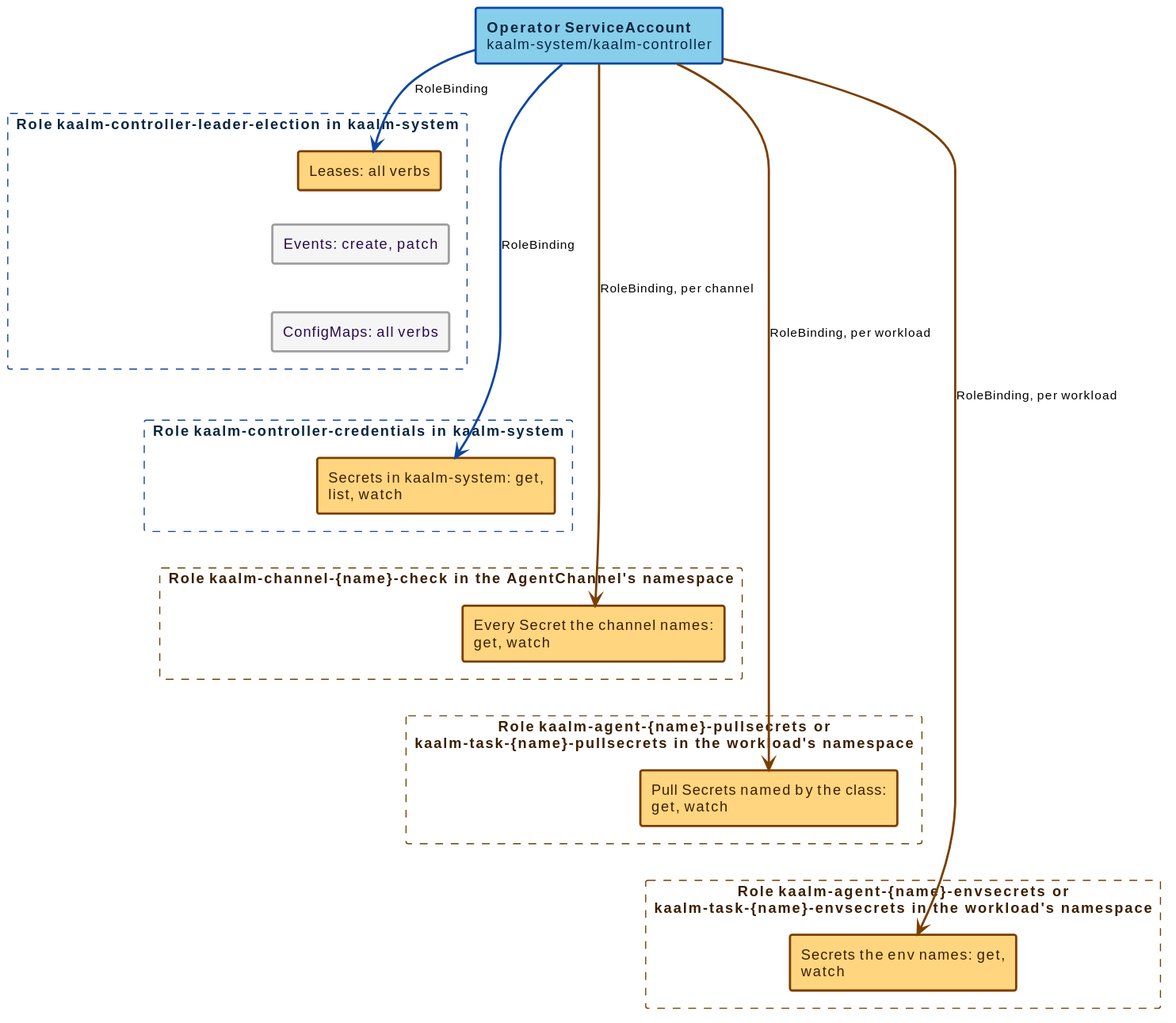
Earlier version of the PlantUML export docs/src/diagrams/operator-rbac-namespaced.svg (win07xp/kaalm). Source of this version:
```plantuml
@startuml
!include _style.puml
skinparam nodesep 14
skinparam ranksep 30
skinparam rectangle {
  roundCorner 4
}
rectangle "**Operator ServiceAccount** kaalm-system/kaalm-controller" as OPSA #back:87CEEB;line:0D47A1;line.bold;text:0a2540
rectangle "**Role** kaalm-controller-leader-election in kaalm-system" as nssys #line:0D47A1;line.dashed;text:0a2540 {
  rectangle "Leases: all verbs" as leases #back:FFD580;line:7a3f00;line.bold;text:3a1f00
  rectangle "Events: create, patch" as ev #back:F5F5F5;line:9E9E9E;line.bold;text:2a0a4a
  rectangle "ConfigMaps: all verbs" as cm #back:F5F5F5;line:9E9E9E;line.bold;text:2a0a4a
}
rectangle "**Role** kaalm-controller-credentials in kaalm-system" as nscred #line:0D47A1;line.dashed;text:0a2540 {
  rectangle "Secrets in kaalm-system: get, list, watch" as syssec #back:FFD580;line:7a3f00;line.bold;text:3a1f00
}
rectangle "**Role** kaalm-channel-{name}-check in the AgentChannel's namespace" as nsuser #line:7a3f00;line.dashed;text:3a1f00 {
  rectangle "Every Secret the channel names: get, watch" as chsec #back:FFD580;line:7a3f00;line.bold;text:3a1f00
}
rectangle "**Role** kaalm-agent-{name}-pullsecrets or\nkaalm-task-{name}-pullsecrets in the workload's namespace" as nspull #line:7a3f00;line.dashed;text:3a1f00 {
  rectangle "Pull Secrets named by the class: get, watch" as pullsec #back:FFD580;line:7a3f00;line.bold;text:3a1f00
}
rectangle "**Role** kaalm-agent-{name}-envsecrets or\nkaalm-task-{name}-envsecrets in the workload's namespace" as nsenv #line:7a3f00;line.dashed;text:3a1f00 {
  rectangle "Secrets the env names: get, watch" as envsec #back:FFD580;line:7a3f00;line.bold;text:3a1f00
}
OPSA -[#0D47A1,bold]-> leases : RoleBinding
OPSA -[#0D47A1,bold]-> syssec : RoleBinding
OPSA .[#7a3f00,bold].> chsec : RoleBinding, per channel
OPSA .[#7a3f00,bold].> pullsec : RoleBinding, per workload
OPSA .[#7a3f00,bold].> envsec : RoleBinding, per workload
leases -[hidden]down- ev
ev -[hidden]down- cm
cm -[hidden]down- syssec
syssec -[hidden]down- chsec
chsec -[hidden]down- pullsec
pullsec -[hidden]down- envsec
@enduml
```
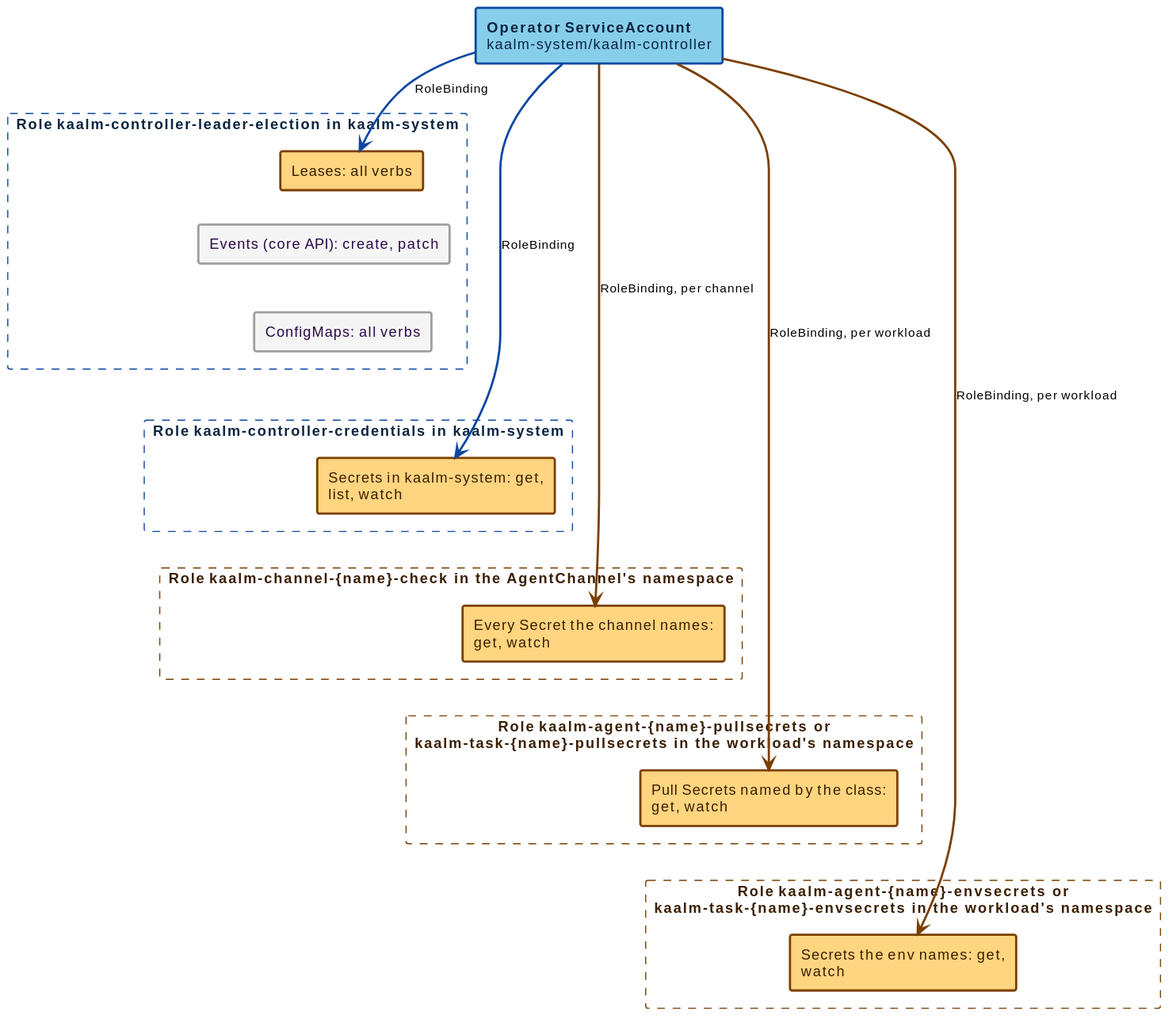
After the change.

The edit, as a diff of the source:
```diff
@@ -8,7 +8,7 @@
 rectangle "**Operator ServiceAccount** kaalm-system/kaalm-controller" as OPSA #back:87CEEB;line:0D47A1;line.bold;text:0a2540
 rectangle "**Role** kaalm-controller-leader-election in kaalm-system" as nssys #line:0D47A1;line.dashed;text:0a2540 {
   rectangle "Leases: all verbs" as leases #back:FFD580;line:7a3f00;line.bold;text:3a1f00
-  rectangle "Events: create, patch" as ev #back:F5F5F5;line:9E9E9E;line.bold;text:2a0a4a
+  rectangle "Events (core API): create, patch" as ev #back:F5F5F5;line:9E9E9E;line.bold;text:2a0a4a
   rectangle "ConfigMaps: all verbs" as cm #back:F5F5F5;line:9E9E9E;line.bold;text:2a0a4a
 }
 rectangle "**Role** kaalm-controller-credentials in kaalm-system" as nscred #line:0D47A1;line.dashed;text:0a2540 {
```
